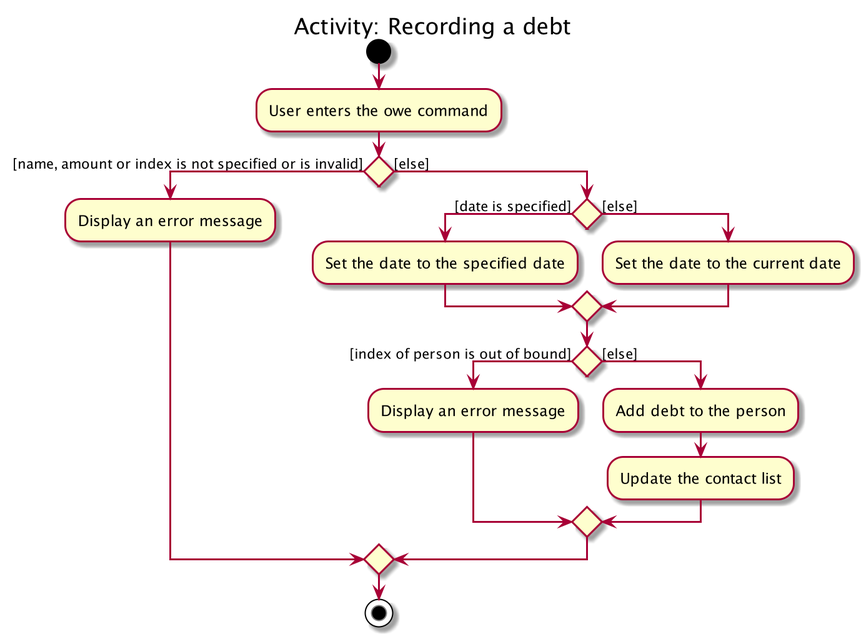
syinyichen/main keeps this PlantUML diagram as docs/images/OweActivityDiagram.png. Above is the earlier version.
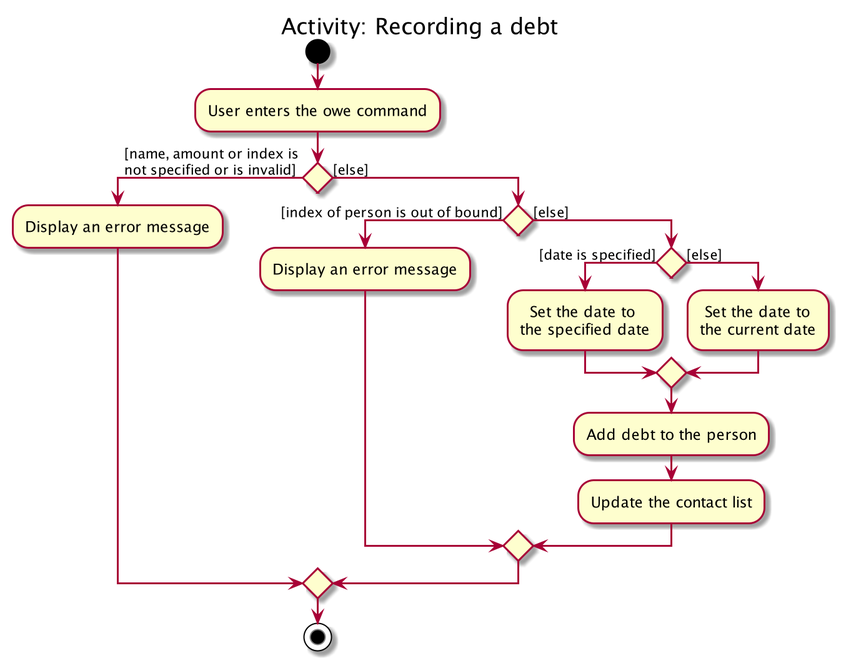
Later version of the same file.

Commit message:
Reorder sequence in owe activity diagram

What changed in the source:
```diff
@@ -3,20 +3,22 @@
 start
 :User enters the owe command;
 
-if () then ([name, amount or index is not specified or is invalid])
+if () then ([name, amount or index is \nnot specified or is invalid])
     :Display an error message;
 else ([else])
-    if () then ([date is specified])
-        :Set the date to the specified date;
-    else ([else])
-        :Set the date to the current date;
-    endif
+
     if () then ([index of person is out of bound])
         :Display an error message;
     else ([else])
+        if () then ([date is specified])
+            :  Set the date to\nthe specified date;
+        else ([else])
+            : Set the date to\nthe current date;
+        endif
         :Add debt to the person;
         :Update the contact list;
     endif
+
 endif
 stop
 @enduml
```
